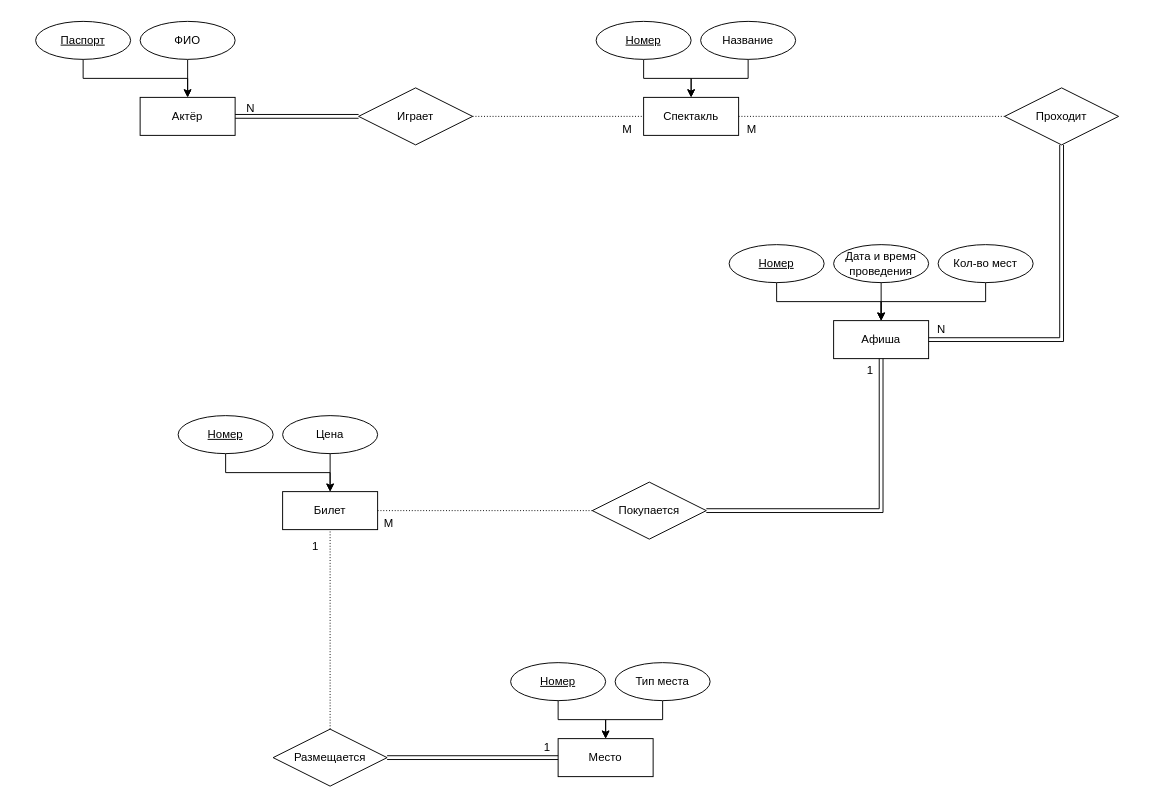
This is Laba1/ER_diagram.drawio from den-a-s/data_based, a draw.io file, before an edit. Source tidied: cells renumbered, new cells numbered last; positions are measured from the earlier drawing's top-left corner, leaving out a move shared by most shapes. Both pictures are drawn from the tidied source at 95%, with x=0, y=0 at pixel (16, 21).
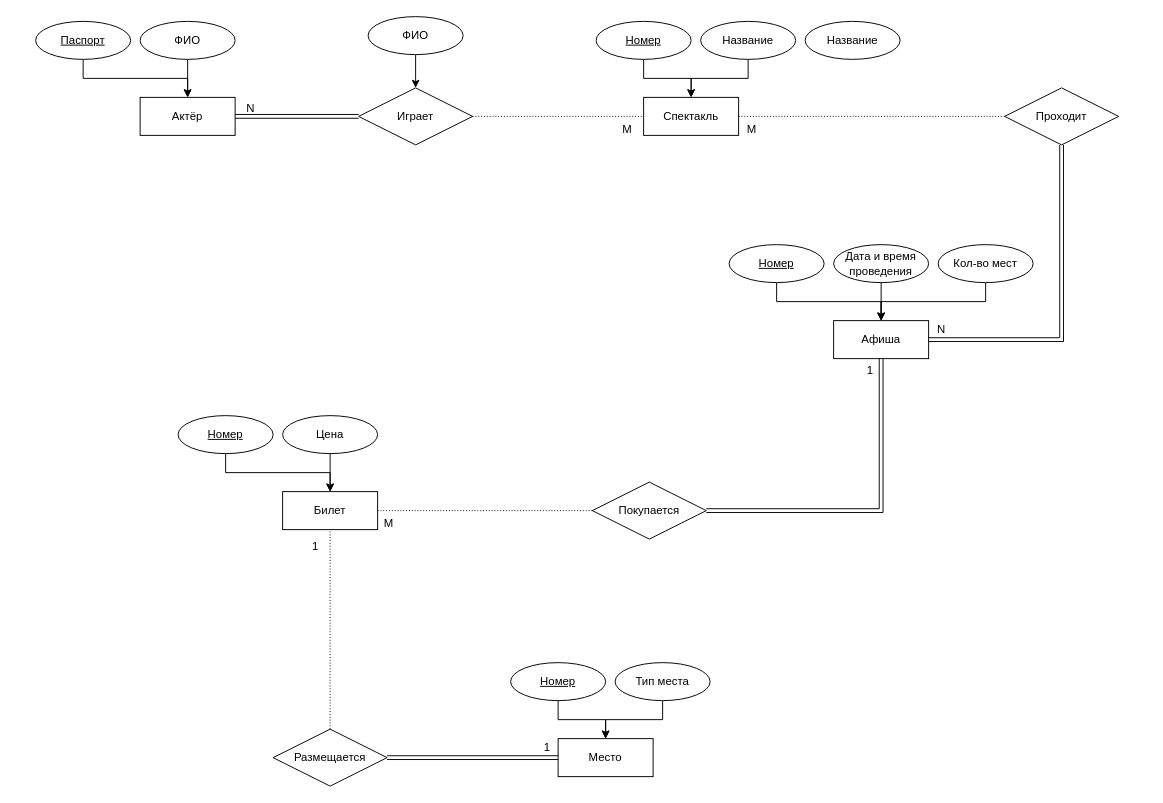
The same page after the edit.

The change refers to these unchanged cells:
```xml
<mxCell id="28" value="&lt;div&gt;Играет&lt;/div&gt;" style="shape=rhombus;perimeter=rhombusPerimeter;whiteSpace=wrap;html=1;align=center;" parent="1" vertex="1">
  <mxGeometry x="360" y="70" width="120" height="60" as="geometry" />
</mxCell>
```

Diff of the diagram source:
```diff
@@
     <mxCell id="2" style="group;" parent="1" vertex="1">
-      <mxGeometry x="470" width="440" height="120" as="geometry" />
+      <mxGeometry x="470" width="460" height="120" as="geometry" />
     </mxCell>
@@
+    <mxCell id="54" value="Название" style="ellipse;whiteSpace=wrap;html=1;align=center;" parent="2" vertex="1">
+      <mxGeometry x="360" width="100" height="40" as="geometry" />
+    </mxCell>
@@
+    <mxCell id="55" style="edgeStyle=orthogonalEdgeStyle;rounded=0;jettySize=auto;html=1;exitX=0.5;exitY=1;exitDx=0;exitDy=0;entryX=0.5;entryY=0;entryDx=0;entryDy=0;" parent="1" edge="1" source="56" target="28">
+      <mxGeometry relative="1" as="geometry" />
+    </mxCell>
+    <mxCell id="56" value="ФИО" style="ellipse;whiteSpace=wrap;html=1;align=center;" parent="1" vertex="1">
+      <mxGeometry x="370" y="-5" width="100" height="40" as="geometry" />
+    </mxCell>
```
